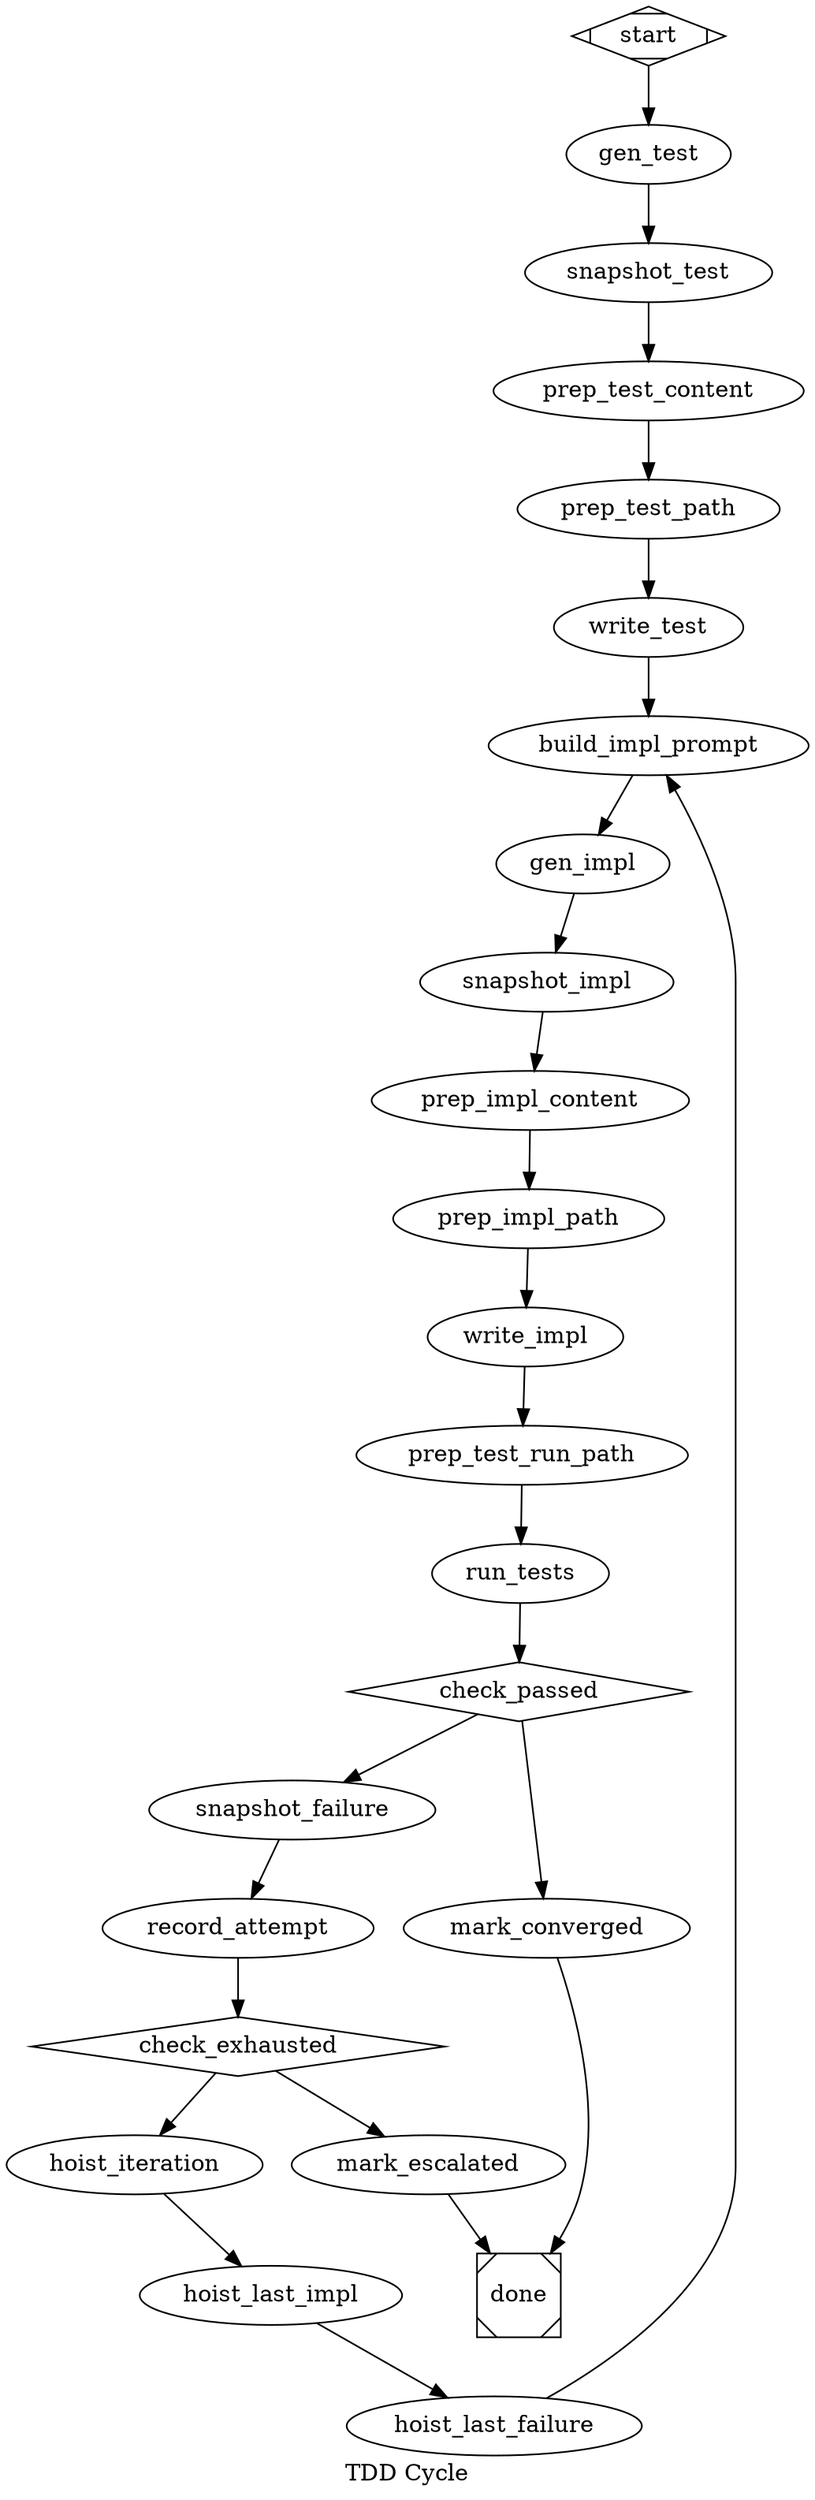
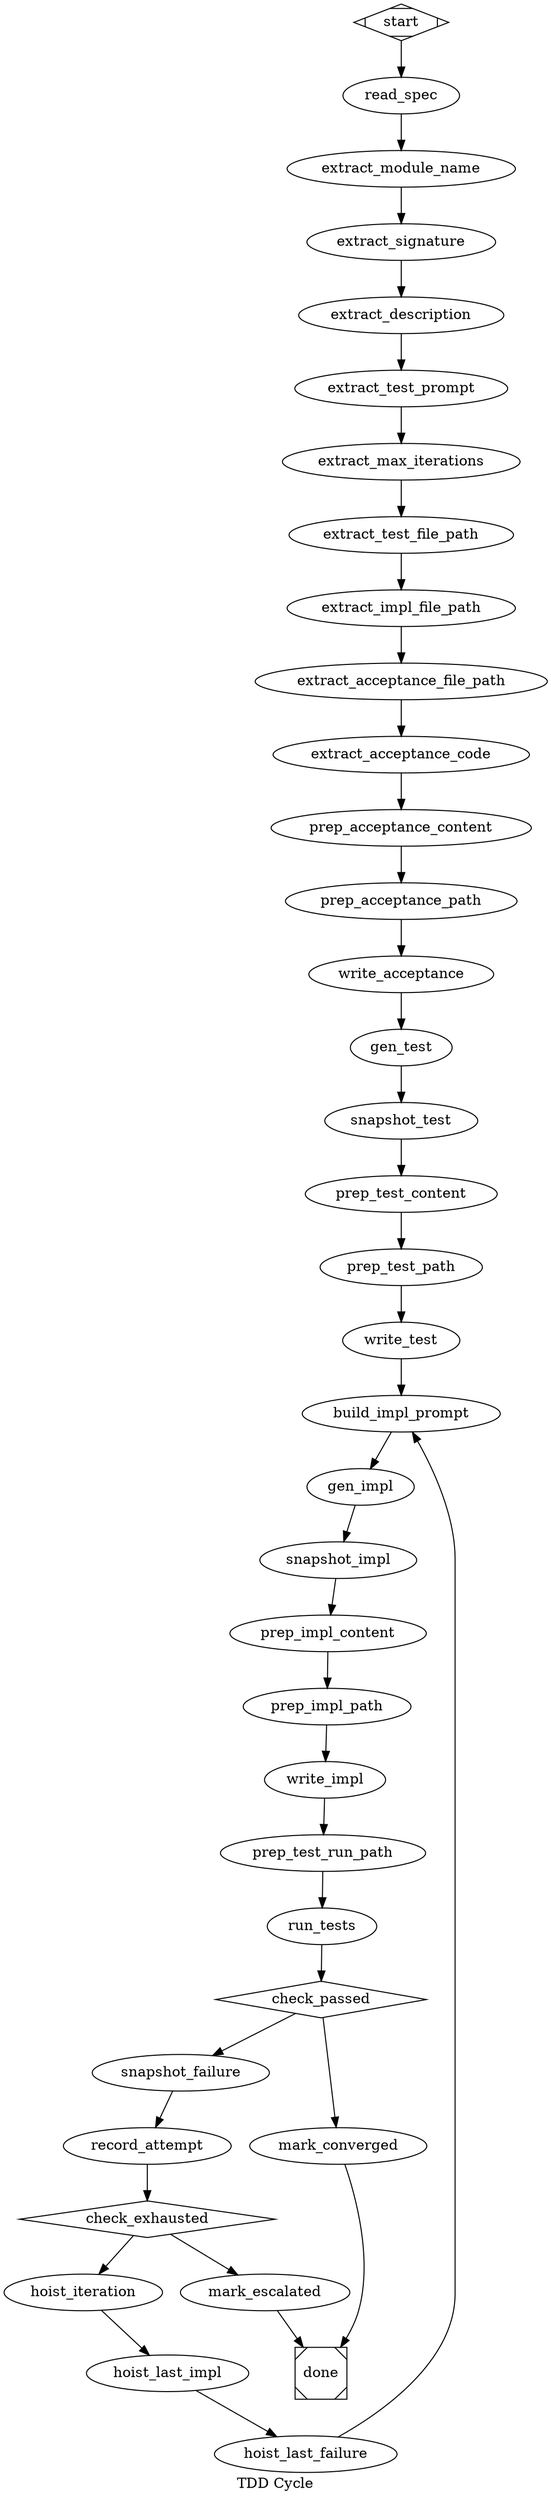
// TDD Cycle — Spec → Test → Iterate Implementation Until Acceptance Passes
//
// Demonstrates the "rigor lets a small model produce quality code"
// hypothesis: a tiny local LLM generates an Elixir module that has to
// pass a held-out acceptance test set the model never sees.
//
// Pipeline shape:
//
//   gen_test (LLM) → write_test
//     → build_impl_prompt (action) → gen_impl (LLM) → write_impl
//       → run_tests (mix_test, runs BOTH model_test.exs AND acceptance_test.exs)
//         → check_passed (gate)
//             pass → done (success — acceptance criteria met)
//             fail → record_attempt (action: bump iter, snapshot impl+failure)
//               → check_exhausted (gate)
//                   exhausted → done (escalation, did not converge)
//                   not exhausted → build_impl_prompt (loop)
//
// The model never sees the acceptance tests. It only sees:
//   - The spec (description + signature)
//   - The test IT generated for the spec
//   - On feedback iterations: its last attempt + the test runner's output
//     (which includes ALL failing tests, model's own + acceptance, since
//     mix_test reports all failures by default)
//
// This means the model can deduce SOME information about acceptance
// from failure messages, but it can't trivially overfit — the failures
// are encoded as ExUnit assertion errors, not as "here is the expected
// answer." See the test's spec for what "acceptance" looks like.
//
// Context in (set via initial_values when calling Orchestrator.run):
- //   module_name        — e.g. "FizzBuzz"
- //   signature          — e.g. "@spec run(integer()) :: String.t()"
- //   description        — prose description of what to implement
- //   max_iterations     — integer hard cap on retries (typically 3-7)
+ //   spec_path          — filename of the JSON spec file inside workdir
//   workdir            — absolute path to a freshly-set-up mix project
- //   test_file_path     — workdir/test/model_test.exs
- //   impl_file_path     — workdir/lib/<module>.ex
- //   test_prompt        — pre-built prompt for gen_test (caller builds from spec)
+ //                        (caller scaffolds: mix.exs + lib/ + test/ +
+ //                        test_helper.exs; mix project must compile)
+ //   iteration          — starting iteration counter (always 0 for a fresh run)
//   session.agent_id   — signing principal
+ //
+ // Spec JSON shape (loaded from <workdir>/<spec_path>):
+ //   module_name           — e.g. "FizzBuzz"
+ //   signature             — "@spec run(integer()) :: String.t()"
+ //   description           — prose description of what to implement
+ //   test_prompt           — full prompt string for the gen_test stage
+ //   acceptance_test_code  — the held-out test module source (string)
+ //   test_file_path        — absolute path for the model's own test file
+ //   impl_file_path        — absolute path for the impl module
+ //   acceptance_file_path  — absolute path for the held-out acceptance test
+ //   max_iterations        — integer hard cap on retries (typically 3-7)
//
// Context out (read by caller from the final context):
//   converged          — boolean, true iff acceptance passed
//   iteration          — number of impl attempts made
//   last_impl          — final implementation (whether success or failure)
//   last_failure       — final test runner output (empty if converged)
//
// Required capabilities for the signing agent:
//   arbor://orchestrator/execute/**     — node-type gating
//   arbor://orchestrator/execute/llm_query — LLM compute nodes
//   arbor://shell/exec/mix/test         — running the tests
//   arbor://fs/**                       — writing impl + test files
//   arbor://action/tdd/build_impl_prompt
//   arbor://action/tdd/record_attempt

digraph TDDCycle {
  graph [
    goal="Generate code that passes spec-defined acceptance tests via TDD iteration",
    label="TDD Cycle"
  ]

  start [shape=Mdiamond]
+ 
+   // ── Phase 0: Load spec + write the acceptance oracle ──────────────
+ 
+   // Read the spec.json from workdir. Content lands at last_response
+   // AND read.read_spec; we'll json_extract from last_response below.
+   read_spec [
+     type="read",
+     source="file",
+     path="spec.json"
+   ]
+ 
+   // Extract each top-level field into a flat context key so downstream
+   // nodes can pick them up via context_keys=. transform=json_extract
+   // takes source_key (the JSON string) and expression (the dotted path).
+   extract_module_name [
+     type="transform",
+     transform="json_extract",
+     source_key="last_response",
+     expression="module_name",
+     output_key="module_name"
+   ]
+ 
+   extract_signature [
+     type="transform",
+     transform="json_extract",
+     source_key="last_response",
+     expression="signature",
+     output_key="signature"
+   ]
+ 
+   extract_description [
+     type="transform",
+     transform="json_extract",
+     source_key="last_response",
+     expression="description",
+     output_key="description"
+   ]
+ 
+   extract_test_prompt [
+     type="transform",
+     transform="json_extract",
+     source_key="last_response",
+     expression="test_prompt",
+     output_key="test_prompt"
+   ]
+ 
+   extract_max_iterations [
+     type="transform",
+     transform="json_extract",
+     source_key="last_response",
+     expression="max_iterations",
+     output_key="max_iterations"
+   ]
+ 
+   extract_test_file_path [
+     type="transform",
+     transform="json_extract",
+     source_key="last_response",
+     expression="test_file_path",
+     output_key="test_file_path"
+   ]
+ 
+   extract_impl_file_path [
+     type="transform",
+     transform="json_extract",
+     source_key="last_response",
+     expression="impl_file_path",
+     output_key="impl_file_path"
+   ]
+ 
+   extract_acceptance_file_path [
+     type="transform",
+     transform="json_extract",
+     source_key="last_response",
+     expression="acceptance_file_path",
+     output_key="acceptance_file_path"
+   ]
+ 
+   extract_acceptance_code [
+     type="transform",
+     transform="json_extract",
+     source_key="last_response",
+     expression="acceptance_test_code",
+     output_key="acceptance_test_code"
+   ]
+ 
+   // Stage the acceptance file write. file_write's schema is {path, content};
+   // these renames bridge our keys → its schema.
+   prep_acceptance_content [
+     type="transform",
+     transform="identity",
+     source_key="acceptance_test_code",
+     output_key="content"
+   ]
+ 
+   prep_acceptance_path [
+     type="transform",
+     transform="identity",
+     source_key="acceptance_file_path",
+     output_key="path"
+   ]
+ 
+   write_acceptance [
+     type="exec",
+     target="action",
+     action="file_write",
+     context_keys="path,content"
+   ]

  // ── Phase 1: Generate the model's own test (one-shot) ─────────────

  // Single LLM call to produce the test. Temperature is low because
  // we want the test to be deterministic and predictable — the model's
  // test is part of the contract, not part of the variable behavior.
  gen_test [
    type="compute",
    purpose="llm",
    simulate="false",
    llm_provider="lm_studio",
    llm_model="granite-4.1-3b",
    use_tools="false",
    max_tokens="1024",
    temperature="0.1",
    system_prompt="You write complete, compilable ExUnit test modules for Elixir. Output ONLY the test module source, starting with `defmodule`. No markdown fences. No prose. REQUIREMENTS: (1) module name is the target module name with 'Test' appended (e.g. FizzBuzzTest); (2) MUST include `use ExUnit.Case` immediately inside the module; (3) use `test \"description\" do ... assert <expr> == <expected> end` for each case. Example shape: `defmodule FooTest do\\n  use ExUnit.Case\\n  test \"basic\" do\\n    assert Foo.bar(1) == 2\\n  end\\nend`. Never omit `use ExUnit.Case`.",
    prompt_context_key="test_prompt"
  ]

  // Rename last_response → content for file_write's schema.
  prep_test_content [
    type="transform",
    transform="identity",
    source_key="last_response",
    output_key="content"
  ]

  // Rename test_file_path → path.
  prep_test_path [
    type="transform",
    transform="identity",
    source_key="test_file_path",
    output_key="path"
  ]

  write_test [
    type="exec",
    target="action",
    action="file_write",
    context_keys="path,content"
  ]

  // Snapshot the test code into a stable context key so build_impl_prompt
  // can reference it across iterations. (last_response gets clobbered
  // by every subsequent compute node.)
  snapshot_test [
    type="transform",
    transform="identity",
    source_key="last_response",
    output_key="test_code"
  ]

  // ── Phase 2: Iterate implementation until acceptance passes ───────

  // Build the user prompt for this iteration's gen_impl. Reads spec
  // + test + (on iter > 0) previous attempt + previous failure.
  build_impl_prompt [
    type="exec",
    target="action",
    action="tdd_build_impl_prompt",
    context_keys="module_name,signature,description,test_code,iteration,last_impl,last_failure",
    output_prefix="impl"
  ]

  // The implementation LLM call. Reads the assembled prompt from
  // context.impl.prompt. Higher temperature than gen_test — we want
  // some variability so retries explore.
  gen_impl [
    type="compute",
    purpose="llm",
    simulate="false",
    llm_provider="lm_studio",
    llm_model="granite-4.1-3b",
    use_tools="false",
    max_tokens="2048",
    temperature="0.3",
    system_prompt="You implement Elixir modules. Output ONLY the module source code, starting with `defmodule`. No markdown fences. No prose. No explanation of your reasoning. Just the code.",
    prompt_context_key="impl.prompt"
  ]

  prep_impl_content [
    type="transform",
    transform="identity",
    source_key="last_response",
    output_key="content"
  ]

  prep_impl_path [
    type="transform",
    transform="identity",
    source_key="impl_file_path",
    output_key="path"
  ]

  write_impl [
    type="exec",
    target="action",
    action="file_write",
    context_keys="path,content"
  ]

  // Snapshot the impl into current_impl so RecordAttempt has stable
  // input (last_response will get clobbered by the test run).
  snapshot_impl [
    type="transform",
    transform="identity",
    source_key="last_response",
    output_key="current_impl"
  ]

  // Rename workdir → path so context_keys can hand it to mix_test
  // (whose schema is `:path`, not `:workdir`). No `$var` interpolation
  // in attrs — see dot-pipeline-authoring skill.
  prep_test_run_path [
    type="transform",
    transform="identity",
    source_key="workdir",
    output_key="path"
  ]

  // Run BOTH the model's test AND the acceptance test (acceptance was
  // pre-written by the caller before pipeline launch). Mix.Test with no
  // test_paths runs everything under test/.
  run_tests [
    type="exec",
    target="action",
    action="mix_test",
    context_keys="path",
    output_prefix="tests"
  ]

  // Did everything pass?
  check_passed [
    type="gate",
    shape=diamond,
    predicate="expression",
    expression="tests.passed"
  ]

  // Snapshot the failure output for RecordAttempt + next iteration.
  snapshot_failure [
    type="transform",
    transform="identity",
    source_key="tests.stdout",
    output_key="test_output"
  ]

  // Bump iteration counter + snapshot last_impl/last_failure for the
  // next pass through build_impl_prompt.
  record_attempt [
    type="exec",
    target="action",
    action="tdd_record_attempt",
    context_keys="iteration,max_iterations,current_impl,test_output"
  ]

  // Did we hit the iteration cap?
  check_exhausted [
    type="gate",
    shape=diamond,
    predicate="expression",
    expression="exec.record_attempt.exhausted"
  ]

  // Hoist the updated state into top-level keys so build_impl_prompt's
  // context_keys lookup finds them by their bare names. (output_prefix
  // would do this for free if it supported flat-key mode, but for
  // record_attempt we want explicit renames.)
  hoist_iteration [
    type="transform",
    transform="identity",
    source_key="exec.record_attempt.iteration",
    output_key="iteration"
  ]

  hoist_last_impl [
    type="transform",
    transform="identity",
    source_key="exec.record_attempt.last_impl",
    output_key="last_impl"
  ]

  hoist_last_failure [
    type="transform",
    transform="identity",
    source_key="exec.record_attempt.last_failure",
    output_key="last_failure"
  ]

  // Mark final state on the convergence path.
  mark_converged [
    type="transform",
    transform="identity",
    source_key="tests.stdout",
    output_key="last_test_output"
  ]

  // Mark final state on the exhausted path.
  mark_escalated [
    type="transform",
    transform="identity",
    source_key="iteration",
    output_key="final_iteration"
  ]

  done [shape=Msquare]

  // ── Flow ──────────────────────────────────────────────────────────

  // CRITICAL ordering: snapshot_test must fire BEFORE write_test, and
  // snapshot_impl must fire BEFORE write_impl. exec target=action
  // nodes OVERWRITE `last_response` with their action result (a JSON
  // blob), so if the snapshot ran after the write it'd capture the
  // file-write's metadata instead of the LLM-generated code.
-   start -> gen_test -> snapshot_test -> prep_test_content -> prep_test_path -> write_test
+   // Phase 0 flow: load spec → extract fields → write the held-out acceptance
+   start -> read_spec
+   read_spec -> extract_module_name -> extract_signature -> extract_description
+   extract_description -> extract_test_prompt -> extract_max_iterations
+   extract_max_iterations -> extract_test_file_path -> extract_impl_file_path
+   extract_impl_file_path -> extract_acceptance_file_path -> extract_acceptance_code
+   extract_acceptance_code -> prep_acceptance_content -> prep_acceptance_path -> write_acceptance
+ 
+   // Phase 1+ unchanged: model writes its own test, then the impl loop.
+   write_acceptance -> gen_test -> snapshot_test -> prep_test_content -> prep_test_path -> write_test
  write_test -> build_impl_prompt -> gen_impl -> snapshot_impl
  snapshot_impl -> prep_impl_content -> prep_impl_path -> write_impl
  write_impl -> prep_test_run_path -> run_tests -> check_passed

  // Convergence path.
  check_passed -> mark_converged [condition="context.tests.passed=true"]
  mark_converged -> done

  // Failure path: snapshot, record, check exhaustion, loop or escalate.
  check_passed -> snapshot_failure [condition="context.tests.passed!=true"]
  snapshot_failure -> record_attempt -> check_exhausted

  check_exhausted -> mark_escalated [condition="context.exec.record_attempt.exhausted=true"]
  mark_escalated -> done

  check_exhausted -> hoist_iteration [condition="context.exec.record_attempt.exhausted!=true"]
  hoist_iteration -> hoist_last_impl -> hoist_last_failure -> build_impl_prompt
}
